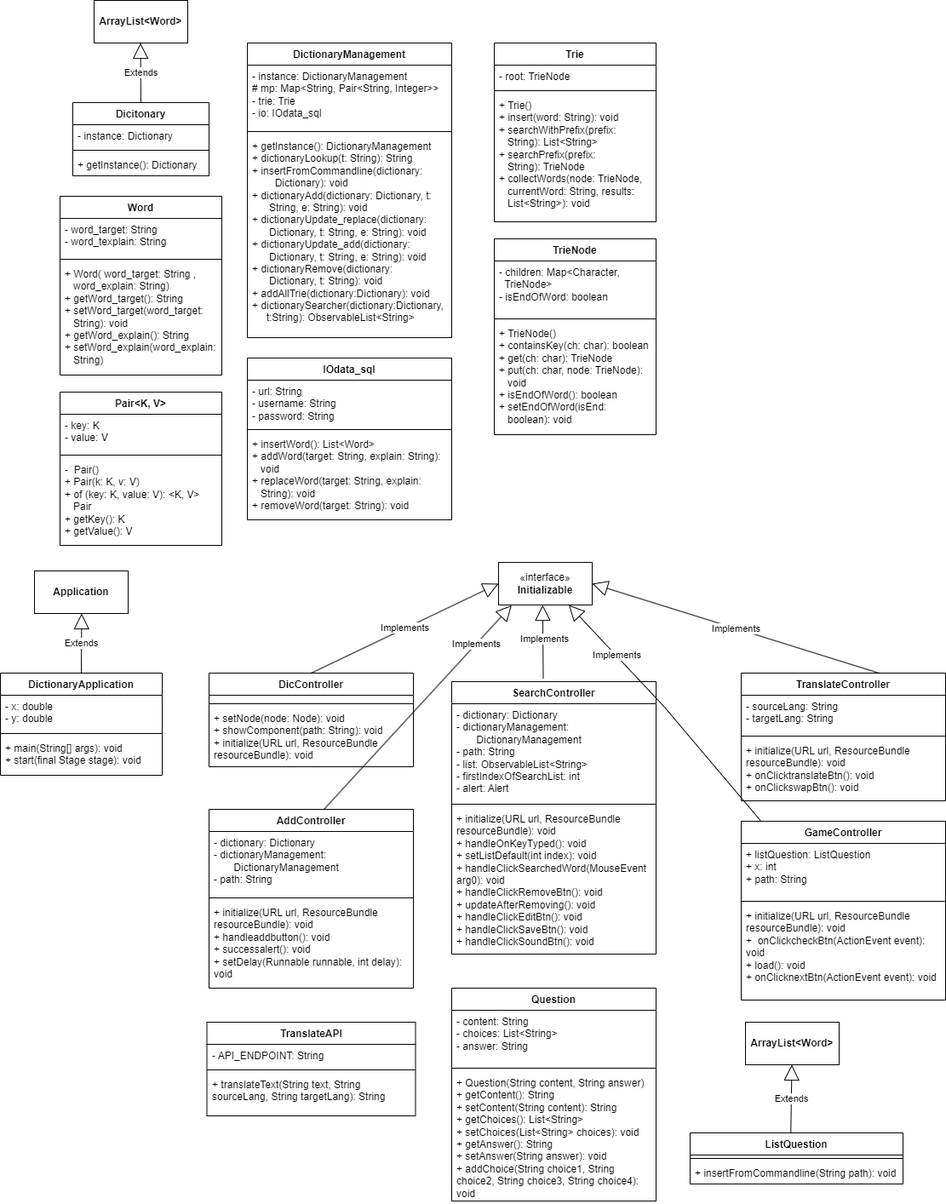
Above: DictionaryUML.drawio.png in changchan255/OOP_Dictionary (draw.io), before the change. Source tidied: cells renumbered, new cells last; positions are measured from the earlier drawing's top-left corner, leaving out a move shared by most shapes.
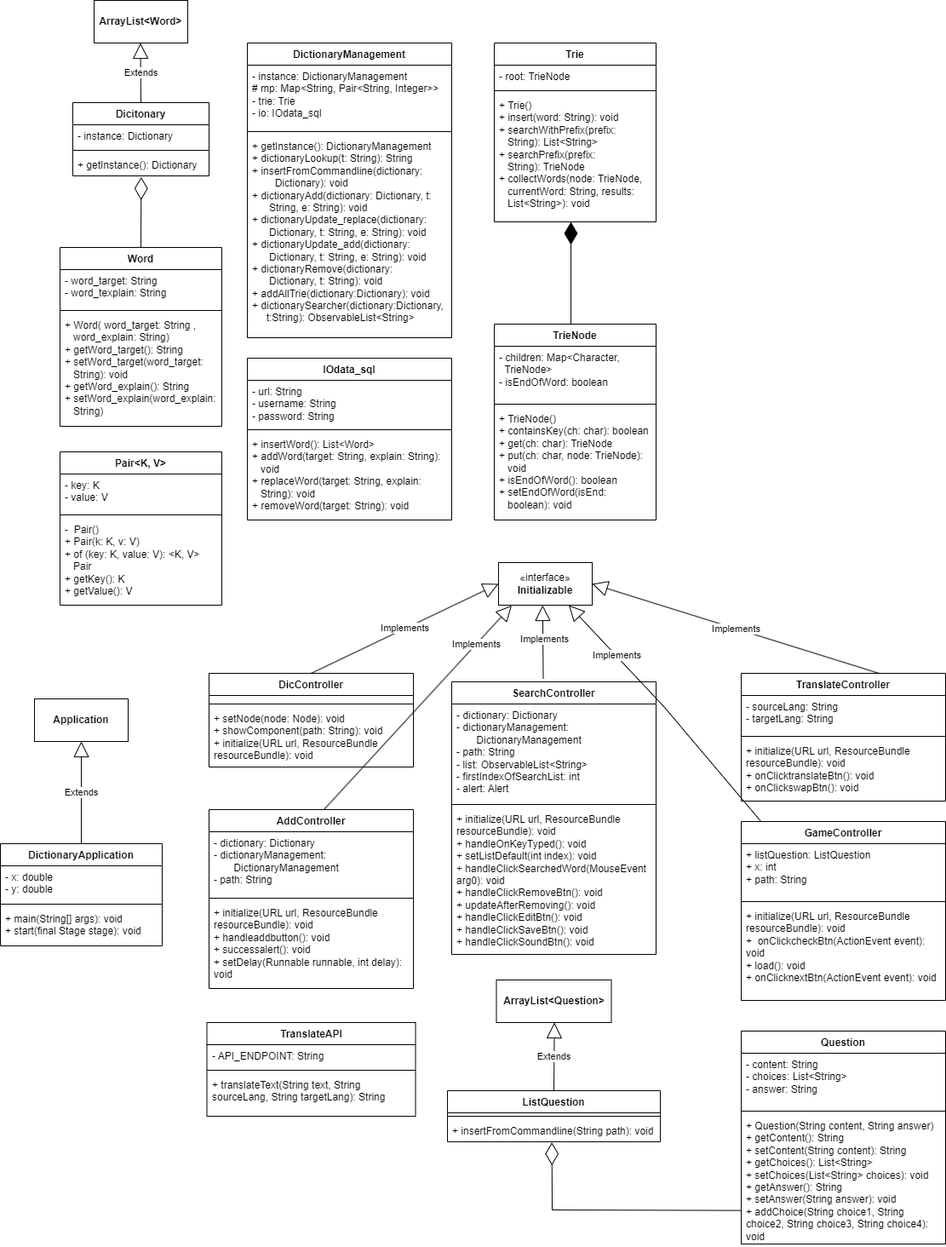
The same diagram one commit later.

Commit message:
Cập nhật DictionaryUML.drawio.png

Diff of the diagram source:
```diff
@@ -27,7 +27,7 @@
       <mxGeometry y="108" width="240" height="238" as="geometry" />
     </mxCell>
     <mxCell id="10" value="Word" style="swimlane;fontStyle=1;align=center;verticalAlign=top;horizontal=1;startSize=26;whiteSpace=wrap;html=1;" parent="1" vertex="1">
-      <mxGeometry x="70" y="230" width="190" height="210" as="geometry" />
+      <mxGeometry x="70" y="290" width="190" height="210" as="geometry" />
     </mxCell>
     <mxCell id="11" value="-&amp;nbsp;word_target: String&lt;br&gt;-&amp;nbsp;word_texplain: String" style="text;strokeColor=none;fillColor=none;align=left;verticalAlign=top;spacingLeft=4;spacingRight=4;overflow=hidden;whiteSpace=wrap;html=1;" parent="10" vertex="1">
       <mxGeometry y="26" width="190" height="44" as="geometry" />
@@ -51,7 +51,7 @@
       <mxGeometry y="60" width="190" height="150" as="geometry" />
     </mxCell>
     <mxCell id="18" value="TrieNode" style="swimlane;fontStyle=1;align=center;verticalAlign=top;horizontal=1;startSize=26;whiteSpace=wrap;html=1;" parent="1" vertex="1">
-      <mxGeometry x="580" y="280" width="190" height="230" as="geometry" />
+      <mxGeometry x="580" y="380" width="190" height="230" as="geometry" />
     </mxCell>
     <mxCell id="19" value="- children:&amp;nbsp;Map&amp;lt;Character,&amp;nbsp; &amp;nbsp; &amp;nbsp; &amp;nbsp; &amp;nbsp; &amp;nbsp; &amp;nbsp; TrieNode&amp;gt;&lt;br&gt;-&amp;nbsp;isEndOfWord: boolean" style="text;strokeColor=none;fillColor=none;align=left;verticalAlign=top;spacingLeft=4;spacingRight=4;overflow=hidden;whiteSpace=wrap;html=1;" parent="18" vertex="1">
       <mxGeometry y="26" width="190" height="64" as="geometry" />
@@ -63,7 +63,7 @@
       <mxGeometry y="98" width="190" height="132" as="geometry" />
     </mxCell>
     <mxCell id="22" value="Pair&amp;lt;K, V&amp;gt;" style="swimlane;fontStyle=1;align=center;verticalAlign=top;horizontal=1;startSize=26;whiteSpace=wrap;html=1;" parent="1" vertex="1">
-      <mxGeometry x="70" y="460" width="190" height="180" as="geometry" />
+      <mxGeometry x="70" y="530" width="190" height="180" as="geometry" />
     </mxCell>
     <mxCell id="23" value="- key: K&lt;br&gt;- value: V" style="text;strokeColor=none;fillColor=none;align=left;verticalAlign=top;spacingLeft=4;spacingRight=4;overflow=hidden;whiteSpace=wrap;html=1;" parent="22" vertex="1">
       <mxGeometry y="26" width="190" height="44" as="geometry" />
@@ -87,7 +87,7 @@
       <mxGeometry y="88" width="240" height="102" as="geometry" />
     </mxCell>
     <mxCell id="30" value="DictionaryApplication" style="swimlane;fontStyle=1;align=center;verticalAlign=top;horizontal=1;startSize=26;whiteSpace=wrap;html=1;" parent="1" vertex="1">
-      <mxGeometry y="790" width="190" height="120" as="geometry" />
+      <mxGeometry y="990" width="190" height="120" as="geometry" />
     </mxCell>
     <mxCell id="31" value="- x: double&lt;br&gt;- y: double" style="text;strokeColor=none;fillColor=none;align=left;verticalAlign=top;spacingLeft=4;spacingRight=4;overflow=hidden;whiteSpace=wrap;html=1;" parent="30" vertex="1">
       <mxGeometry y="26" width="190" height="41" as="geometry" />
@@ -114,7 +114,7 @@
       <mxGeometry x="585" y="660" width="110" height="50" as="geometry" />
     </mxCell>
     <mxCell id="39" value="&lt;b&gt;Application&lt;/b&gt;" style="html=1;whiteSpace=wrap;" parent="1" vertex="1">
-      <mxGeometry x="40" y="670" width="110" height="50" as="geometry" />
+      <mxGeometry x="40" y="820" width="110" height="50" as="geometry" />
     </mxCell>
     <mxCell id="40" value="AddController" style="swimlane;fontStyle=1;align=center;verticalAlign=top;horizontal=1;startSize=26;whiteSpace=wrap;html=1;" parent="1" vertex="1">
       <mxGeometry x="245" y="950" width="240" height="210" as="geometry" />
@@ -177,7 +177,7 @@
       <mxGeometry y="60" width="245" height="50" as="geometry" />
     </mxCell>
     <mxCell id="60" value="ListQuestion" style="swimlane;fontStyle=1;align=center;verticalAlign=top;horizontal=1;startSize=26;whiteSpace=wrap;html=1;" parent="1" vertex="1">
-      <mxGeometry x="810" y="1330" width="250" height="60" as="geometry" />
+      <mxGeometry x="525" y="1280" width="250" height="60" as="geometry" />
     </mxCell>
     <mxCell id="61" style="line;strokeWidth=1;fillColor=none;align=left;verticalAlign=middle;spacingTop=-1;spacingLeft=3;spacingRight=3;labelPosition=right;strokeColor=inherit;" parent="60" vertex="1">
       <mxGeometry y="26" width="250" height="8" as="geometry" />
@@ -194,16 +194,16 @@
         <mxPoint x="164.5" y="50" as="targetPoint" />
       </mxGeometry>
     </mxCell>
-    <mxCell id="65" value="&lt;b&gt;ArrayList&amp;lt;Word&amp;gt;&lt;/b&gt;" style="html=1;whiteSpace=wrap;" parent="1" vertex="1">
-      <mxGeometry x="875" y="1200" width="110" height="50" as="geometry" />
+    <mxCell id="65" value="&lt;b&gt;ArrayList&amp;lt;Question&amp;gt;&lt;/b&gt;" style="html=1;whiteSpace=wrap;" parent="1" vertex="1">
+      <mxGeometry x="582.5" y="1150" width="135" height="50" as="geometry" />
     </mxCell>
-    <mxCell id="66" value="Extends" style="endArrow=block;endSize=16;endFill=0;html=1;rounded=0;entryX=0.564;entryY=-0.071;entryDx=0;entryDy=0;entryPerimeter=0;exitX=0.473;exitY=0.004;exitDx=0;exitDy=0;exitPerimeter=0;" parent="1" edge="1" source="60">
+    <mxCell id="66" value="Extends" style="endArrow=block;endSize=16;endFill=0;html=1;rounded=0;entryX=0.564;entryY=-0.071;entryDx=0;entryDy=0;entryPerimeter=0;exitX=0.5;exitY=0;exitDx=0;exitDy=0;" parent="1" edge="1" source="60">
       <mxGeometry relative="1" as="geometry">
-        <mxPoint x="929.5" y="1250" as="targetPoint" />
+        <mxPoint x="650.6" y="1200" as="targetPoint" />
       </mxGeometry>
     </mxCell>
     <mxCell id="67" value="Question" style="swimlane;fontStyle=1;align=center;verticalAlign=top;horizontal=1;startSize=26;whiteSpace=wrap;html=1;" parent="1" vertex="1">
-      <mxGeometry x="530" y="1160" width="240" height="250" as="geometry" />
+      <mxGeometry x="870" y="1210" width="240" height="250" as="geometry" />
     </mxCell>
     <mxCell id="68" value="- content: String&lt;br&gt;-&amp;nbsp;choices:&amp;nbsp;List&amp;lt;String&amp;gt;&lt;br&gt;-&amp;nbsp;answer: String" style="text;strokeColor=none;fillColor=none;align=left;verticalAlign=top;spacingLeft=4;spacingRight=4;overflow=hidden;whiteSpace=wrap;html=1;" parent="67" vertex="1">
       <mxGeometry y="26" width="240" height="64" as="geometry" />
@@ -216,7 +216,7 @@
     </mxCell>
     <mxCell id="71" value="Extends" style="endArrow=block;endSize=16;endFill=0;html=1;rounded=0;exitX=0.5;exitY=0;exitDx=0;exitDy=0;" parent="1" edge="1" source="30">
       <mxGeometry relative="1" as="geometry">
-        <mxPoint x="95.4" y="720" as="targetPoint" />
+        <mxPoint x="95" y="870" as="targetPoint" />
       </mxGeometry>
     </mxCell>
     <mxCell id="72" value="Implements" style="endArrow=block;endSize=16;endFill=0;html=1;rounded=0;exitX=0.5;exitY=0;exitDx=0;exitDy=0;entryX=0;entryY=0.5;entryDx=0;entryDy=0;" parent="1" edge="1" source="34" target="38">
@@ -242,5 +242,22 @@
         <mxPoint x="636.8" y="710" as="targetPoint" />
       </mxGeometry>
     </mxCell>
+    <mxCell id="77" style="endArrow=diamondThin;endFill=1;endSize=24;html=1;rounded=0;" parent="1" edge="1">
+      <mxGeometry relative="1" as="geometry">
+        <mxPoint x="670" y="380" as="sourcePoint" />
+        <mxPoint x="670" y="260" as="targetPoint" />
+      </mxGeometry>
+    </mxCell>
+    <mxCell id="78" style="endArrow=diamondThin;endFill=0;endSize=24;html=1;rounded=0;entryX=0.502;entryY=1.052;entryDx=0;entryDy=0;entryPerimeter=0;exitX=0.5;exitY=0;exitDx=0;exitDy=0;" parent="1" edge="1" source="10" target="5">
+      <mxGeometry relative="1" as="geometry" />
+    </mxCell>
+    <mxCell id="79" style="endArrow=diamondThin;endFill=0;endSize=24;html=1;rounded=0;entryX=0.501;entryY=1.026;entryDx=0;entryDy=0;entryPerimeter=0;exitX=0.002;exitY=0.741;exitDx=0;exitDy=0;exitPerimeter=0;" parent="1" edge="1" source="70">
+      <mxGeometry relative="1" as="geometry">
+        <mxPoint x="647.6" y="1340.7" as="targetPoint" />
+        <Array as="points">
+          <mxPoint x="648" y="1420" />
+        </Array>
+      </mxGeometry>
+    </mxCell>
   </root>
 </mxGraphModel>
```
